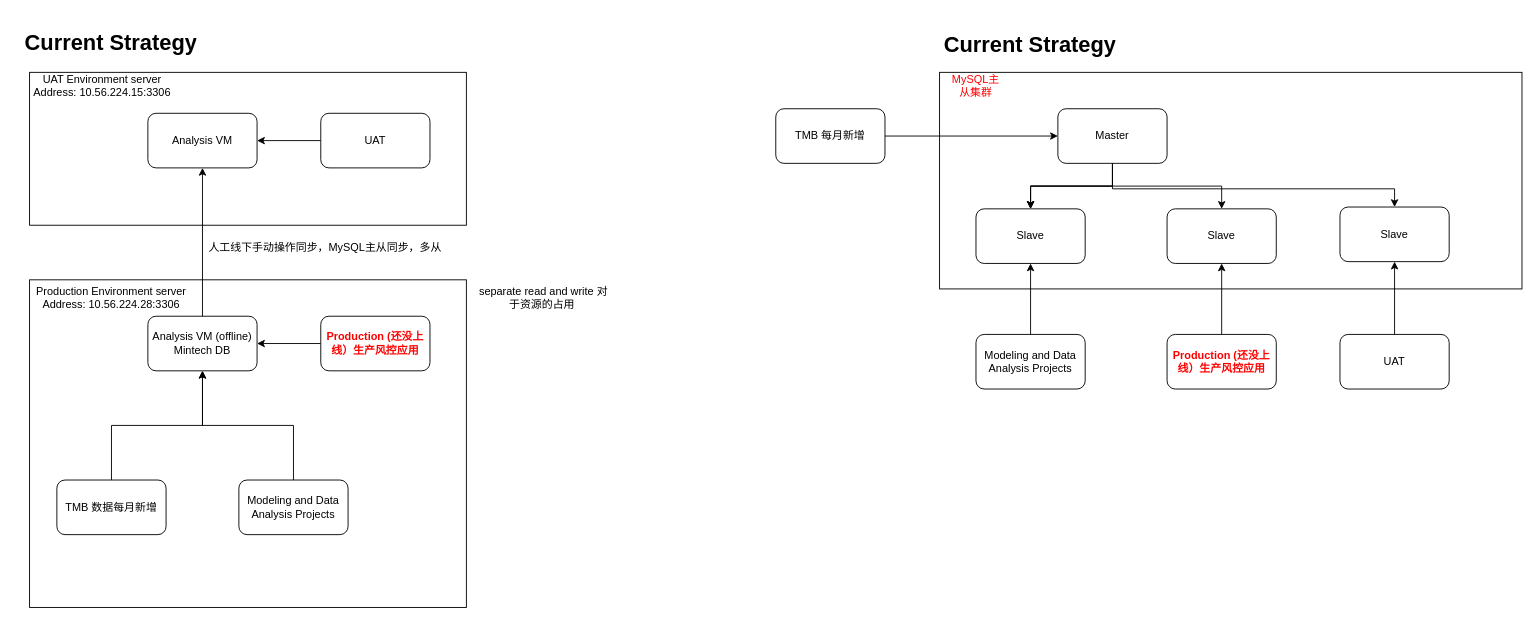
The draw.io diagram Untitled Diagram.drawio in veronicaqiu/Tools-for-Data-Science-2020, before the edit. Source tidied: cells renumbered, new cells numbered last; positions are measured from the earlier drawing's top-left corner, leaving out a move shared by most shapes. Both pictures are drawn from the tidied source at 91%, with x=0, y=0 at pixel (15, 25).
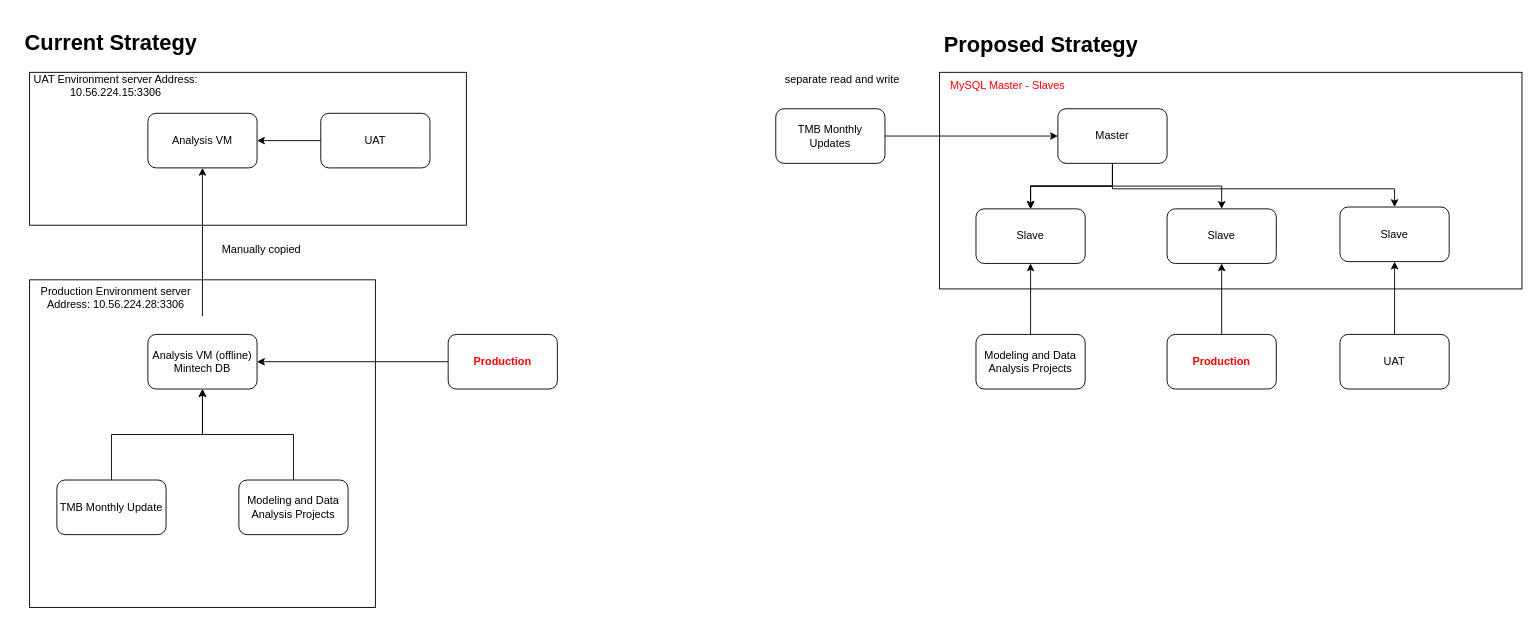
The same diagram, later.

Change to the diagram source:
```diff
@@
     <mxCell id="3" style="rounded=0;whiteSpace=wrap;html=1;" parent="1" vertex="1">
-      <mxGeometry x="15" y="280" width="480" height="360" as="geometry" />
+      <mxGeometry x="15" y="280" width="380" height="360" as="geometry" />
     </mxCell>
@@
-    <mxCell id="9" value="&lt;b&gt;&lt;font color=&quot;#ff0000&quot;&gt;Production (还没上线）生产风控应用&lt;/font&gt;&lt;/b&gt;" style="rounded=1;whiteSpace=wrap;html=1;" parent="1" vertex="1">
-      <mxGeometry x="335" y="320" width="120" height="60" as="geometry" />
+    <mxCell id="9" value="&lt;b&gt;&lt;font color=&quot;#ff0000&quot;&gt;Production&lt;/font&gt;&lt;/b&gt;" style="rounded=1;whiteSpace=wrap;html=1;" parent="1" vertex="1">
+      <mxGeometry x="475" y="340" width="120" height="60" as="geometry" />
     </mxCell>
     <mxCell id="10" value="Analysis VM (offline) Mintech DB" style="rounded=1;whiteSpace=wrap;html=1;" parent="1" vertex="1">
-      <mxGeometry x="145" y="320" width="120" height="60" as="geometry" />
+      <mxGeometry x="145" y="340" width="120" height="60" as="geometry" />
     </mxCell>
@@
     <mxCell id="12" value="UAT Environment server Address: 10.56.224.15:3306" style="text;html=1;strokeColor=none;fillColor=none;align=center;verticalAlign=middle;whiteSpace=wrap;rounded=0;" parent="1" vertex="1">
-      <mxGeometry x="15" y="52" width="160" height="30" as="geometry" />
+      <mxGeometry x="15" y="52" width="190" height="30" as="geometry" />
     </mxCell>
     <mxCell id="13" value="Production Environment server Address: 10.56.224.28:3306" style="text;html=1;strokeColor=none;fillColor=none;align=center;verticalAlign=middle;whiteSpace=wrap;rounded=0;" parent="1" vertex="1">
-      <mxGeometry y="280" width="210" height="40" as="geometry" />
+      <mxGeometry x="15" y="280" width="190" height="40" as="geometry" />
     </mxCell>
-    <mxCell id="14" value="人工线下手动操作同步，MySQL主从同步，多从" style="text;html=1;strokeColor=none;fillColor=none;align=center;verticalAlign=middle;whiteSpace=wrap;rounded=0;" parent="1" vertex="1">
-      <mxGeometry x="205" y="230" width="270" height="30" as="geometry" />
+    <mxCell id="14" value="Manually copied" style="text;html=1;strokeColor=none;fillColor=none;align=center;verticalAlign=middle;whiteSpace=wrap;rounded=0;" parent="1" vertex="1">
+      <mxGeometry x="215" y="232" width="110" height="30" as="geometry" />
     </mxCell>
@@
-    <mxCell id="16" value="TMB 数据每月新增" style="rounded=1;whiteSpace=wrap;html=1;" parent="1" vertex="1">
+    <mxCell id="16" value="TMB Monthly Update" style="rounded=1;whiteSpace=wrap;html=1;" parent="1" vertex="1">
       <mxGeometry x="45" y="500" width="120" height="60" as="geometry" />
     </mxCell>
@@
-    <mxCell id="19" value="separate read and write 对于资源的占用&amp;nbsp;" style="text;html=1;strokeColor=none;fillColor=none;align=center;verticalAlign=middle;whiteSpace=wrap;rounded=0;" parent="1" vertex="1">
-      <mxGeometry x="505" y="280" width="150" height="40" as="geometry" />
+    <mxCell id="19" value="separate read and write&amp;nbsp;" style="text;html=1;strokeColor=none;fillColor=none;align=center;verticalAlign=middle;whiteSpace=wrap;rounded=0;" parent="1" vertex="1">
+      <mxGeometry x="835" y="40" width="150" height="40" as="geometry" />
     </mxCell>
@@
-    <mxCell id="29" value="&lt;h1&gt;Current Strategy&lt;/h1&gt;" style="text;html=1;strokeColor=none;fillColor=none;spacing=5;spacingTop=-20;whiteSpace=wrap;overflow=hidden;rounded=0;" parent="1" vertex="1">
+    <mxCell id="29" value="&lt;h1&gt;Proposed Strategy&lt;/h1&gt;" style="text;html=1;strokeColor=none;fillColor=none;spacing=5;spacingTop=-20;whiteSpace=wrap;overflow=hidden;rounded=0;" parent="1" vertex="1">
       <mxGeometry x="1015" y="2" width="230" height="40" as="geometry" />
     </mxCell>
@@
-    <mxCell id="31" value="MySQL主从集群" style="text;html=1;strokeColor=none;fillColor=none;align=center;verticalAlign=middle;whiteSpace=wrap;rounded=0;fontColor=#FF0000;" parent="1" vertex="1">
-      <mxGeometry x="1025" y="52" width="60" height="30" as="geometry" />
+    <mxCell id="31" value="MySQL Master - Slaves" style="text;html=1;strokeColor=none;fillColor=none;align=center;verticalAlign=middle;whiteSpace=wrap;rounded=0;fontColor=#FF0000;" parent="1" vertex="1">
+      <mxGeometry x="1025" y="52" width="130" height="30" as="geometry" />
     </mxCell>
@@
-    <mxCell id="33" value="&lt;font color=&quot;#000000&quot;&gt;TMB 每月新增&lt;/font&gt;" style="rounded=1;whiteSpace=wrap;html=1;fontColor=#FF0000;" parent="1" vertex="1">
+    <mxCell id="33" value="&lt;font color=&quot;#000000&quot;&gt;TMB Monthly Updates&lt;/font&gt;" style="rounded=1;whiteSpace=wrap;html=1;fontColor=#FF0000;" parent="1" vertex="1">
       <mxGeometry x="835" y="92" width="120" height="60" as="geometry" />
     </mxCell>
@@
-    <mxCell id="37" value="&lt;b&gt;&lt;font color=&quot;#ff0000&quot;&gt;Production (还没上线）生产风控应用&lt;/font&gt;&lt;/b&gt;" style="rounded=1;whiteSpace=wrap;html=1;" parent="1" vertex="1">
+    <mxCell id="37" value="&lt;b&gt;&lt;font color=&quot;#ff0000&quot;&gt;Production&lt;/font&gt;&lt;/b&gt;" style="rounded=1;whiteSpace=wrap;html=1;" parent="1" vertex="1">
       <mxGeometry x="1265" y="340" width="120" height="60" as="geometry" />
     </mxCell>
```
